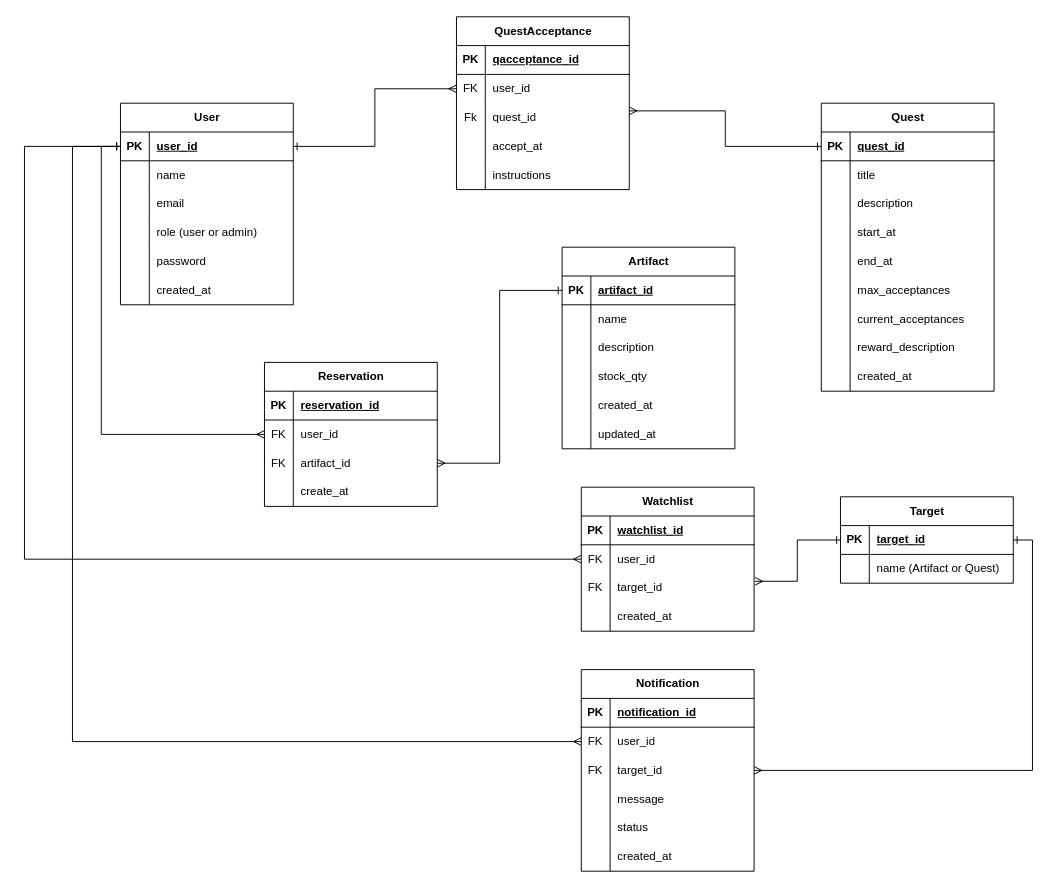
lorenaborges256/guild-contract-artifact-watch-docs keeps this draw.io diagram as guild-erd.drawio. Above is the earlier version. Source tidied: cells renumbered, new cells numbered last; positions are measured from the earlier drawing's top-left corner, leaving out a move shared by most shapes. Both pictures are drawn from the tidied source at 96%, with x=0, y=0 at pixel (24, 16).
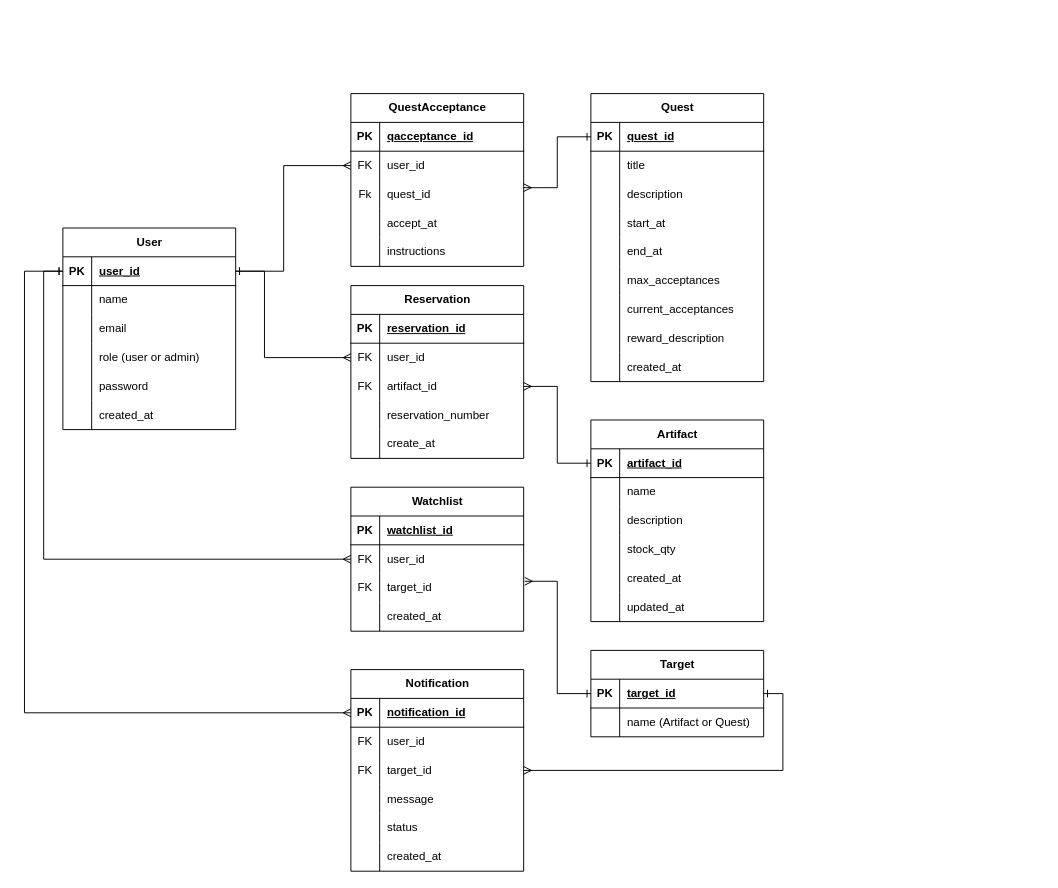
The same page after the edit.

Commit message:
Update guild-erd.drawio add reservation_number

The change refers to these unchanged cells:
```xml
<mxCell id="3" style="shape=tableRow;horizontal=0;startSize=0;swimlaneHead=0;swimlaneBody=0;fillColor=none;points=[[0,0.5],[1,0.5]];portConstraint=eastwest;top=0;left=0;right=0;bottom=1;" parent="2" vertex="1">
  <mxGeometry y="30" width="180" height="30" as="geometry" />
</mxCell>
<mxCell id="72" style="shape=tableRow;horizontal=0;startSize=0;swimlaneHead=0;swimlaneBody=0;fillColor=none;points=[[0,0.5],[1,0.5]];portConstraint=eastwest;top=0;left=0;right=0;bottom=0;" parent="68" vertex="1">
  <mxGeometry y="60" width="180" height="30" as="geometry" />
</mxCell>
<mxCell id="85" style="shape=tableRow;horizontal=0;startSize=0;swimlaneHead=0;swimlaneBody=0;fillColor=none;points=[[0,0.5],[1,0.5]];portConstraint=eastwest;top=0;left=0;right=0;bottom=0;" parent="81" vertex="1">
  <mxGeometry y="60" width="180" height="30" as="geometry" />
</mxCell>
<mxCell id="104" style="shape=tableRow;horizontal=0;startSize=0;swimlaneHead=0;swimlaneBody=0;fillColor=none;points=[[0,0.5],[1,0.5]];portConstraint=eastwest;top=0;left=0;right=0;bottom=0;" parent="100" vertex="1">
  <mxGeometry y="60" width="180" height="30" as="geometry" />
</mxCell>
<mxCell id="114" style="shape=tableRow;horizontal=0;startSize=0;swimlaneHead=0;swimlaneBody=0;fillColor=none;points=[[0,0.5],[1,0.5]];portConstraint=eastwest;top=0;left=0;right=0;bottom=1;" parent="113" vertex="1">
  <mxGeometry y="30" width="180" height="30" as="geometry" />
</mxCell>
<mxCell id="121" style="shape=tableRow;horizontal=0;startSize=0;swimlaneHead=0;swimlaneBody=0;fillColor=none;points=[[0,0.5],[1,0.5]];portConstraint=eastwest;top=0;left=0;right=0;bottom=1;" parent="120" vertex="1">
  <mxGeometry y="30" width="180" height="30" as="geometry" />
</mxCell>
<mxCell id="124" style="shape=tableRow;horizontal=0;startSize=0;swimlaneHead=0;swimlaneBody=0;fillColor=none;points=[[0,0.5],[1,0.5]];portConstraint=eastwest;top=0;left=0;right=0;bottom=0;" parent="120" vertex="1">
  <mxGeometry y="60" width="180" height="30" as="geometry" />
</mxCell>
<mxCell id="127" style="shape=tableRow;horizontal=0;startSize=0;swimlaneHead=0;swimlaneBody=0;fillColor=none;points=[[0,0.5],[1,0.5]];portConstraint=eastwest;top=0;left=0;right=0;bottom=0;" parent="120" vertex="1">
  <mxGeometry y="90" width="180" height="30" as="geometry" />
</mxCell>
```

Change to the diagram source:
```diff
@@
     <mxCell id="2" value="User" style="shape=table;startSize=30;childLayout=tableLayout;rowLines=0;fontStyle=1;align=center;html=1;" parent="1" vertex="1">
-      <mxGeometry x="100" y="90" width="180" height="210" as="geometry" />
+      <mxGeometry x="40" y="220" width="180" height="210" as="geometry" />
     </mxCell>
@@
     <mxCell id="21" value="Artifact" style="shape=table;startSize=30;childLayout=tableLayout;rowLines=0;fontStyle=1;align=center;html=1;" parent="1" vertex="1">
-      <mxGeometry x="560" y="240" width="180" height="210" as="geometry" />
+      <mxGeometry x="590" y="420" width="180" height="210" as="geometry" />
     </mxCell>
@@
     <mxCell id="40" value="Quest" style="shape=table;startSize=30;childLayout=tableLayout;rowLines=0;fontStyle=1;align=center;html=1;" parent="1" vertex="1">
-      <mxGeometry x="830" y="90" width="180" height="300" as="geometry" />
+      <mxGeometry x="590" y="80" width="180" height="300" as="geometry" />
     </mxCell>
@@
     <mxCell id="68" value="Reservation" style="shape=table;startSize=30;childLayout=tableLayout;rowLines=0;fontStyle=1;align=center;html=1;" parent="1" vertex="1">
-      <mxGeometry x="250" y="360" width="180" height="150" as="geometry" />
+      <mxGeometry x="340" y="280" width="180" height="180" as="geometry" />
     </mxCell>
@@
+    <mxCell id="144" style="shape=tableRow;horizontal=0;startSize=0;swimlaneHead=0;swimlaneBody=0;fillColor=none;top=0;left=0;right=0;bottom=0;" parent="68" vertex="1">
+      <mxGeometry y="120" width="180" height="30" as="geometry" />
+    </mxCell>
+    <mxCell id="145" style="shape=partialRectangle;fillColor=none;top=0;left=0;bottom=0;right=0;overflow=hidden;whiteSpace=wrap;html=1;" parent="144" vertex="1">
+      <mxGeometry width="30" height="30" as="geometry" />
+    </mxCell>
+    <mxCell id="146" value="reservation_number" style="shape=partialRectangle;fillColor=none;top=0;left=0;bottom=0;right=0;align=left;spacingLeft=6;overflow=hidden;whiteSpace=wrap;html=1;" parent="144" vertex="1">
+      <mxGeometry x="30" width="150" height="30" as="geometry" />
+    </mxCell>
     <mxCell id="78" style="shape=tableRow;horizontal=0;startSize=0;swimlaneHead=0;swimlaneBody=0;fillColor=none;top=0;left=0;right=0;bottom=0;" parent="68" vertex="1">
-      <mxGeometry y="120" width="180" height="30" as="geometry" />
+      <mxGeometry y="150" width="180" height="30" as="geometry" />
     </mxCell>
@@
     <mxCell id="81" value="&lt;div&gt;QuestAcceptance&lt;/div&gt;" style="shape=table;startSize=30;childLayout=tableLayout;rowLines=0;fontStyle=1;align=center;html=1;" parent="1" vertex="1">
-      <mxGeometry x="450" width="180" height="180" as="geometry" />
+      <mxGeometry x="340" y="80" width="180" height="180" as="geometry" />
     </mxCell>
@@
-    <mxCell id="98" style="edgeStyle=orthogonalEdgeStyle;rounded=0;jettySize=auto;html=1;exitX=1;exitY=0.5;exitDx=0;exitDy=0;entryX=0;entryY=0.5;entryDx=0;entryDy=0;startArrow=ERone;startFill=0;endArrow=ERmany;endFill=0;" parent="1" edge="1" source="3" target="85">
-      <mxGeometry relative="1" as="geometry" />
+    <mxCell id="98" style="edgeStyle=orthogonalEdgeStyle;rounded=0;jettySize=auto;html=1;entryX=0;entryY=0.5;entryDx=0;entryDy=0;startArrow=ERone;startFill=0;endArrow=ERmany;endFill=0;exitX=1;exitY=0.5;exitDx=0;exitDy=0;" parent="1" edge="1" source="3" target="85">
+      <mxGeometry relative="1" as="geometry">
+        <Array as="points">
+          <mxPoint x="270" y="265" />
+          <mxPoint x="270" y="155" />
+        </Array>
+      </mxGeometry>
     </mxCell>
@@
     <mxCell id="100" value="&lt;div&gt;Watchlist&lt;/div&gt;" style="shape=table;startSize=30;childLayout=tableLayout;rowLines=0;fontStyle=1;align=center;html=1;" parent="1" vertex="1">
-      <mxGeometry x="580" y="490" width="180" height="150" as="geometry" />
+      <mxGeometry x="340" y="490" width="180" height="150" as="geometry" />
     </mxCell>
@@
     <mxCell id="113" value="Target" style="shape=table;startSize=30;childLayout=tableLayout;rowLines=0;fontStyle=1;align=center;html=1;" parent="1" vertex="1">
-      <mxGeometry x="850" y="500" width="180" height="90" as="geometry" />
+      <mxGeometry x="590" y="660" width="180" height="90" as="geometry" />
     </mxCell>
@@
     <mxCell id="120" value="&lt;div&gt;Notification&lt;/div&gt;" style="shape=table;startSize=30;childLayout=tableLayout;rowLines=0;fontStyle=1;align=center;html=1;" parent="1" vertex="1">
-      <mxGeometry x="580" y="680" width="180" height="210" as="geometry" />
+      <mxGeometry x="340" y="680" width="180" height="210" as="geometry" />
     </mxCell>
@@
+    <mxCell id="141" style="edgeStyle=orthogonalEdgeStyle;rounded=0;jettySize=auto;html=1;exitX=1;exitY=0.5;exitDx=0;exitDy=0;entryX=0;entryY=0.5;entryDx=0;entryDy=0;endArrow=ERmany;endFill=0;startArrow=ERone;startFill=0;" parent="1" edge="1" source="3" target="72">
+      <mxGeometry relative="1" as="geometry">
+        <Array as="points">
+          <mxPoint x="250" y="265" />
+          <mxPoint x="250" y="355" />
+        </Array>
+      </mxGeometry>
+    </mxCell>
+    <mxCell id="143" style="edgeStyle=orthogonalEdgeStyle;rounded=0;jettySize=auto;html=1;exitX=1;exitY=0.5;exitDx=0;exitDy=0;entryX=1;entryY=0.5;entryDx=0;entryDy=0;endArrow=ERmany;endFill=0;startArrow=ERone;startFill=0;" parent="1" edge="1" source="114" target="127">
+      <mxGeometry relative="1" as="geometry" />
+    </mxCell>
     <mxCell id="140" style="edgeStyle=orthogonalEdgeStyle;rounded=0;jettySize=auto;html=1;exitX=0;exitY=0.5;exitDx=0;exitDy=0;entryX=0;entryY=0.5;entryDx=0;entryDy=0;endArrow=ERmany;endFill=0;startArrow=ERone;startFill=0;" parent="1" edge="1" source="3" target="104">
-      <mxGeometry relative="1" as="geometry">
-        <Array as="points">
-          <mxPoint y="135" />
-          <mxPoint y="565" />
-        </Array>
-      </mxGeometry>
+      <mxGeometry relative="1" as="geometry" />
     </mxCell>
-    <mxCell id="141" style="edgeStyle=orthogonalEdgeStyle;rounded=0;jettySize=auto;html=1;exitX=0;exitY=0.5;exitDx=0;exitDy=0;entryX=0;entryY=0.5;entryDx=0;entryDy=0;endArrow=ERmany;endFill=0;startArrow=ERone;startFill=0;" parent="1" edge="1" source="3" target="72">
-      <mxGeometry relative="1" as="geometry" />
-    </mxCell>
-    <mxCell id="142" style="edgeStyle=orthogonalEdgeStyle;rounded=0;jettySize=auto;html=1;exitX=0;exitY=0.5;exitDx=0;exitDy=0;entryX=0;entryY=0.5;entryDx=0;entryDy=0;endArrow=ERmany;endFill=0;startArrow=ERone;startFill=0;" parent="1" edge="1" source="3" target="124">
-      <mxGeometry relative="1" as="geometry">
-        <Array as="points">
-          <mxPoint x="50" y="135" />
-          <mxPoint x="50" y="755" />
-        </Array>
-      </mxGeometry>
-    </mxCell>
-    <mxCell id="143" style="edgeStyle=orthogonalEdgeStyle;rounded=0;jettySize=auto;html=1;exitX=1;exitY=0.5;exitDx=0;exitDy=0;entryX=1;entryY=0.5;entryDx=0;entryDy=0;endArrow=ERmany;endFill=0;startArrow=ERone;startFill=0;" parent="1" edge="1" source="114" target="127">
-      <mxGeometry relative="1" as="geometry" />
-    </mxCell>
+    <mxCell id="147" style="rounded=0;jettySize=auto;html=1;exitX=0;exitY=0.5;exitDx=0;exitDy=0;endArrow=ERmany;endFill=0;startArrow=ERone;startFill=0;edgeStyle=orthogonalEdgeStyle;entryX=0;entryY=0.5;entryDx=0;entryDy=0;" parent="1" edge="1" source="3" target="121">
+      <mxGeometry relative="1" as="geometry">
+        <Array as="points">
+          <mxPoint y="265" />
+          <mxPoint y="725" />
+        </Array>
+      </mxGeometry>
+    </mxCell>
```
